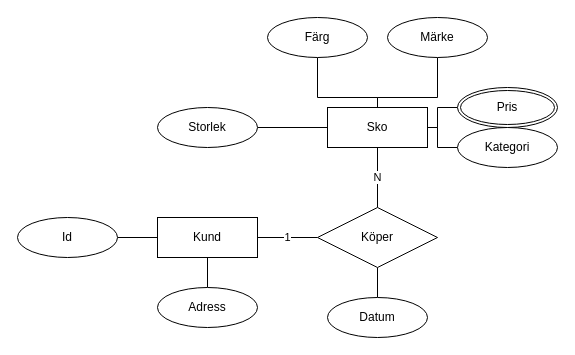
Earlier version of the draw.io diagram Untitled Diagram.drawio (JesperJansson86/DatabasKursen). Source tidied: cells renumbered, new cells numbered last; positions are measured from the earlier drawing's top-left corner, leaving out a move shared by most shapes. Both pictures are drawn from the tidied source at 100%, with x=0, y=0 at pixel (17, 17).
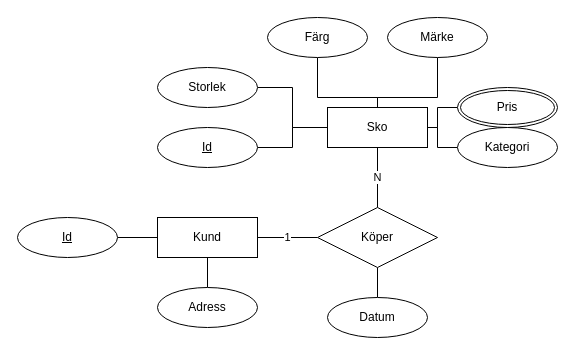
The same diagram, later.

The change refers to these unchanged cells:
```xml
<mxCell id="2" value="&lt;div&gt;Sko&lt;/div&gt;" style="whiteSpace=wrap;html=1;align=center;" parent="1" vertex="1">
  <mxGeometry x="310" y="90" width="100" height="40" as="geometry" />
</mxCell>
```

What changed in the source:
```diff
@@
     <mxCell id="4" value="Storlek" style="ellipse;whiteSpace=wrap;html=1;align=center;" parent="1" vertex="1">
-      <mxGeometry x="140" y="90" width="100" height="40" as="geometry" />
+      <mxGeometry x="140" y="50" width="100" height="40" as="geometry" />
     </mxCell>
@@
-    <mxCell id="18" value="Id" style="ellipse;whiteSpace=wrap;html=1;align=center;" parent="1" vertex="1">
+    <mxCell id="18" value="&lt;u&gt;Id&lt;/u&gt;" style="ellipse;whiteSpace=wrap;html=1;align=center;" parent="1" vertex="1">
       <mxGeometry y="200" width="100" height="40" as="geometry" />
     </mxCell>
@@
+    <mxCell id="23" style="edgeStyle=orthogonalEdgeStyle;rounded=0;jettySize=auto;html=1;endArrow=none;endFill=0;" parent="1" edge="1" source="24" target="2">
+      <mxGeometry relative="1" as="geometry" />
+    </mxCell>
+    <mxCell id="24" value="&lt;u&gt;Id&lt;/u&gt;" style="ellipse;whiteSpace=wrap;html=1;align=center;" parent="1" vertex="1">
+      <mxGeometry x="140" y="110" width="100" height="40" as="geometry" />
+    </mxCell>
```
